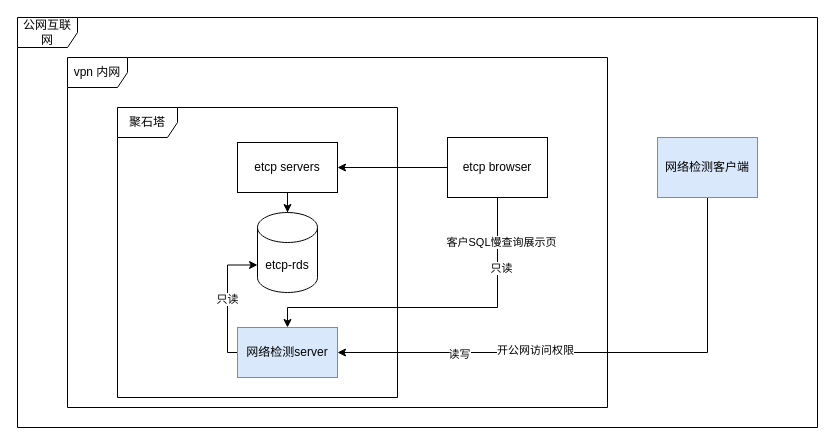
Above: netdiag.drawio in mashifei/uml (draw.io), before the change. Source tidied: cells renumbered, new cells numbered last; positions are measured from the earlier drawing's top-left corner, leaving out a move shared by most shapes. Both pictures are drawn from the tidied source at 100%, with x=0, y=0 at pixel (17, 17).
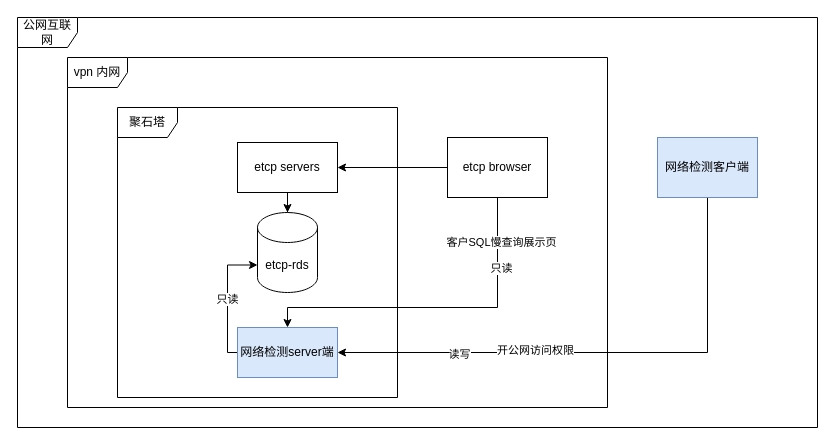
Above is the later version.

Diff of the diagram source:
```diff
@@
-    <mxCell id="19" value="网络检测server" style="rounded=0;whiteSpace=wrap;html=1;fillColor=#dae8fc;strokeColor=#6c8ebf;" parent="1" vertex="1">
+    <mxCell id="19" value="网络检测server端" style="rounded=0;whiteSpace=wrap;html=1;fillColor=#dae8fc;strokeColor=#6c8ebf;" parent="1" vertex="1">
       <mxGeometry x="220" y="310" width="100" height="50" as="geometry" />
     </mxCell>
```
